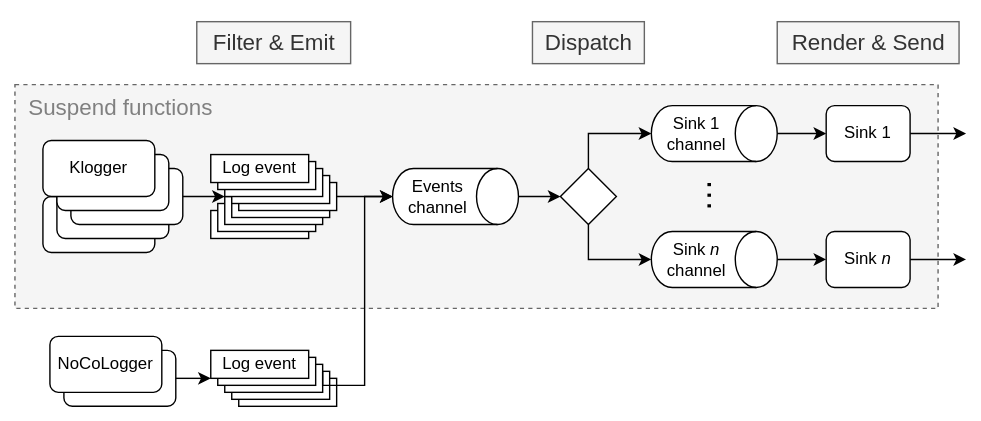
The draw.io diagram static/img/klogging-process.svg in klogging/klogging.io, before a commit. Source tidied: cells renumbered, new cells last; positions are measured from the earlier drawing's top-left corner, leaving out a move shared by most shapes.
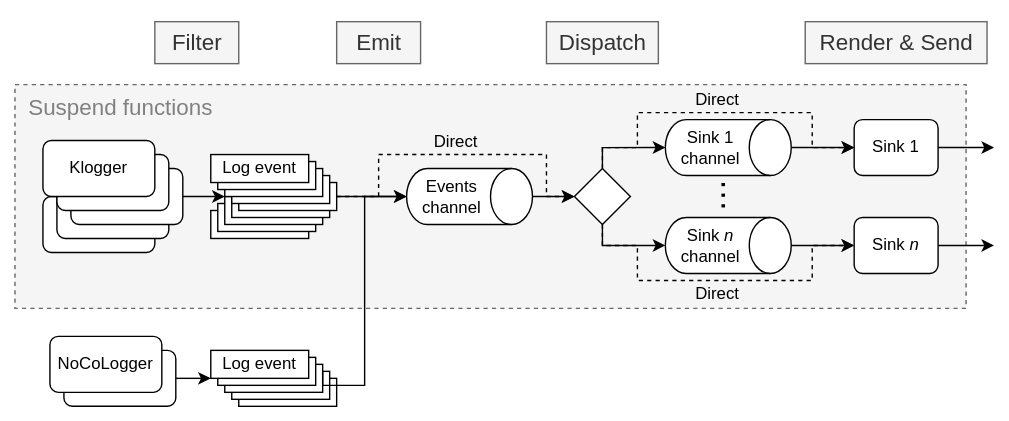
After the commit.

Commit message:
First documentation of direct logging

The edit, as a diff of the source:
```diff
@@ -3,37 +3,45 @@
     <mxCell id="0" />
     <mxCell id="1" parent="0" />
     <mxCell id="2" style="rounded=0;whiteSpace=wrap;html=1;fontSize=16;dashed=1;verticalAlign=top;align=left;spacingLeft=8;fontColor=#808080;fillColor=#FFFFFF;strokeColor=none;" parent="1" vertex="1">
-      <mxGeometry width="700" height="300" as="geometry" />
+      <mxGeometry width="720" height="300" as="geometry" />
     </mxCell>
     <mxCell id="3" value="Suspend functions" style="rounded=0;whiteSpace=wrap;html=1;fontSize=16;dashed=1;strokeColor=#666666;fillColor=#f5f5f5;verticalAlign=top;align=left;spacingLeft=8;fontColor=#808080;" parent="1" vertex="1">
-      <mxGeometry x="10" y="60" width="660" height="160" as="geometry" />
+      <mxGeometry x="10" y="60" width="680" height="160" as="geometry" />
     </mxCell>
     <mxCell id="4" style="edgeStyle=orthogonalEdgeStyle;rounded=0;jettySize=auto;html=1;entryX=0;entryY=0.5;entryDx=0;entryDy=0;fontSize=24;" parent="1" edge="1" source="5" target="12">
       <mxGeometry relative="1" as="geometry" />
     </mxCell>
     <mxCell id="5" value="Events channel" style="shape=cylinder3;whiteSpace=wrap;html=1;boundedLbl=1;backgroundOutline=1;size=15;rotation=90;horizontal=0;" parent="1" vertex="1">
-      <mxGeometry x="305" y="95" width="40" height="90" as="geometry" />
+      <mxGeometry x="315" y="95" width="40" height="90" as="geometry" />
     </mxCell>
     <mxCell id="6" style="rounded=0;jettySize=auto;html=1;exitX=0.5;exitY=0;exitDx=0;exitDy=0;exitPerimeter=0;entryX=0;entryY=0.5;entryDx=0;entryDy=0;fontSize=24;" parent="1" edge="1" source="7" target="37">
       <mxGeometry relative="1" as="geometry" />
     </mxCell>
     <mxCell id="7" value="Sink 1 channel" style="shape=cylinder3;whiteSpace=wrap;html=1;boundedLbl=1;backgroundOutline=1;size=15;rotation=90;horizontal=0;" parent="1" vertex="1">
-      <mxGeometry x="490" y="50" width="40" height="90" as="geometry" />
+      <mxGeometry x="500" y="60" width="40" height="90" as="geometry" />
     </mxCell>
     <mxCell id="8" style="rounded=0;jettySize=auto;html=1;exitX=0.5;exitY=0;exitDx=0;exitDy=0;exitPerimeter=0;entryX=0;entryY=0.5;entryDx=0;entryDy=0;fontSize=24;" parent="1" edge="1" source="9" target="39">
       <mxGeometry relative="1" as="geometry" />
     </mxCell>
     <mxCell id="9" value="Sink &lt;i&gt;n&lt;/i&gt; channel" style="shape=cylinder3;whiteSpace=wrap;html=1;boundedLbl=1;backgroundOutline=1;size=15;rotation=90;horizontal=0;" parent="1" vertex="1">
-      <mxGeometry x="490" y="140" width="40" height="90" as="geometry" />
+      <mxGeometry x="500" y="130" width="40" height="90" as="geometry" />
     </mxCell>
     <mxCell id="10" style="edgeStyle=orthogonalEdgeStyle;rounded=0;jettySize=auto;html=1;entryX=0.5;entryY=1;entryDx=0;entryDy=0;entryPerimeter=0;fontSize=24;exitX=0.5;exitY=0;exitDx=0;exitDy=0;" parent="1" edge="1" source="12" target="7">
-      <mxGeometry relative="1" as="geometry" />
+      <mxGeometry relative="1" as="geometry">
+        <Array as="points">
+          <mxPoint x="430" y="105" />
+        </Array>
+      </mxGeometry>
     </mxCell>
     <mxCell id="11" style="edgeStyle=orthogonalEdgeStyle;rounded=0;jettySize=auto;html=1;entryX=0.5;entryY=1;entryDx=0;entryDy=0;entryPerimeter=0;fontSize=24;exitX=0.5;exitY=1;exitDx=0;exitDy=0;" parent="1" edge="1" source="12" target="9">
-      <mxGeometry relative="1" as="geometry" />
+      <mxGeometry relative="1" as="geometry">
+        <Array as="points">
+          <mxPoint x="430" y="175" />
+        </Array>
+      </mxGeometry>
     </mxCell>
     <mxCell id="12" style="rhombus;whiteSpace=wrap;html=1;" parent="1" vertex="1">
-      <mxGeometry x="400" y="120" width="40" height="40" as="geometry" />
+      <mxGeometry x="410" y="120" width="40" height="40" as="geometry" />
     </mxCell>
     <mxCell id="13" style="group;" parent="1" vertex="1">
       <mxGeometry x="30" y="100" width="100" height="80" as="geometry" />
@@ -84,7 +92,7 @@
       <mxGeometry width="70" height="20" as="geometry" />
     </mxCell>
     <mxCell id="29" value="…" style="text;html=1;align=center;verticalAlign=middle;strokeColor=none;horizontal=0;fontSize=24;" parent="1" vertex="1">
-      <mxGeometry x="480" y="125" width="40" height="30" as="geometry" />
+      <mxGeometry x="490" y="125" width="40" height="30" as="geometry" />
     </mxCell>
     <mxCell id="30" style="group;" parent="1" vertex="1">
       <mxGeometry x="35" y="240" width="90" height="50" as="geometry" />
@@ -106,28 +114,28 @@
     </mxCell>
     <mxCell id="36" style="rounded=0;jettySize=auto;html=1;" parent="1" edge="1" source="37">
       <mxGeometry relative="1" as="geometry">
-        <mxPoint x="690" y="95" as="targetPoint" />
+        <mxPoint x="710" y="105" as="targetPoint" />
       </mxGeometry>
     </mxCell>
     <mxCell id="37" value="Sink 1" style="rounded=1;whiteSpace=wrap;html=1;" parent="1" vertex="1">
-      <mxGeometry x="590" y="75" width="60" height="40" as="geometry" />
+      <mxGeometry x="610" y="85" width="60" height="40" as="geometry" />
     </mxCell>
     <mxCell id="38" style="rounded=0;jettySize=auto;html=1;exitX=1;exitY=0.5;exitDx=0;exitDy=0;fontSize=24;" parent="1" edge="1" source="39">
       <mxGeometry relative="1" as="geometry">
-        <mxPoint x="690" y="185" as="targetPoint" />
+        <mxPoint x="710" y="175" as="targetPoint" />
       </mxGeometry>
     </mxCell>
     <mxCell id="39" value="Sink &lt;i&gt;n&lt;/i&gt;" style="rounded=1;whiteSpace=wrap;html=1;" parent="1" vertex="1">
-      <mxGeometry x="590" y="165" width="60" height="40" as="geometry" />
+      <mxGeometry x="610" y="155" width="60" height="40" as="geometry" />
     </mxCell>
-    <mxCell id="40" value="Filter &amp;amp; Emit" style="text;html=1;align=center;verticalAlign=middle;fontSize=16;fillColor=#f5f5f5;strokeColor=#666666;fontColor=#333333;spacing=3;" parent="1" vertex="1">
-      <mxGeometry x="140" y="15" width="110" height="30" as="geometry" />
+    <mxCell id="40" value="Filter" style="text;html=1;align=center;verticalAlign=middle;fontSize=16;fillColor=#f5f5f5;strokeColor=#666666;fontColor=#333333;spacing=3;" parent="1" vertex="1">
+      <mxGeometry x="110" y="15" width="60" height="30" as="geometry" />
     </mxCell>
     <mxCell id="41" value="Dispatch" style="text;html=1;align=center;verticalAlign=middle;strokeColor=#666666;fontSize=16;fillColor=#f5f5f5;fontColor=#333333;spacing=3;" parent="1" vertex="1">
-      <mxGeometry x="380" y="15" width="80" height="30" as="geometry" />
+      <mxGeometry x="390" y="15" width="80" height="30" as="geometry" />
     </mxCell>
     <mxCell id="42" value="Render &amp;amp; Send" style="text;html=1;align=center;verticalAlign=middle;strokeColor=#666666;fontSize=16;fillColor=#f5f5f5;fontColor=#333333;spacing=3;" parent="1" vertex="1">
-      <mxGeometry x="555" y="15" width="130" height="30" as="geometry" />
+      <mxGeometry x="575" y="15" width="130" height="30" as="geometry" />
     </mxCell>
     <mxCell id="43" style="group;" parent="1" vertex="1">
       <mxGeometry x="150" y="250" width="90" height="40" as="geometry" />
@@ -155,5 +163,43 @@
         </Array>
       </mxGeometry>
     </mxCell>
+    <mxCell id="50" value="Direct" style="edgeStyle=orthogonalEdgeStyle;rounded=0;jettySize=auto;html=1;entryX=0;entryY=0.5;entryDx=0;entryDy=0;fontSize=12;dashed=1;labelBackgroundColor=none;spacingBottom=19;" parent="1" edge="1" target="12">
+      <mxGeometry relative="1" as="geometry">
+        <mxPoint x="240" y="140" as="sourcePoint" />
+        <Array as="points">
+          <mxPoint x="270" y="140" />
+          <mxPoint x="270" y="110" />
+          <mxPoint x="390" y="110" />
+          <mxPoint x="390" y="140" />
+        </Array>
+      </mxGeometry>
+    </mxCell>
+    <mxCell id="51" value="Direct" style="edgeStyle=orthogonalEdgeStyle;rounded=0;jettySize=auto;html=1;entryX=0;entryY=0.5;entryDx=0;entryDy=0;fontSize=12;dashed=1;labelBackgroundColor=none;spacingBottom=-19;" parent="1" edge="1" target="39">
+      <mxGeometry relative="1" as="geometry">
+        <mxPoint x="430" y="160" as="sourcePoint" />
+        <Array as="points">
+          <mxPoint x="430" y="175" />
+          <mxPoint x="455" y="175" />
+          <mxPoint x="455" y="200" />
+          <mxPoint x="580" y="200" />
+          <mxPoint x="580" y="175" />
+        </Array>
+      </mxGeometry>
+    </mxCell>
+    <mxCell id="52" value="Direct" style="edgeStyle=orthogonalEdgeStyle;rounded=0;jettySize=auto;html=1;entryX=0;entryY=0.5;entryDx=0;entryDy=0;fontSize=12;dashed=1;labelBackgroundColor=none;spacingBottom=19;" parent="1" edge="1" target="37">
+      <mxGeometry relative="1" as="geometry">
+        <mxPoint x="430" y="120" as="sourcePoint" />
+        <Array as="points">
+          <mxPoint x="430" y="105" />
+          <mxPoint x="455" y="105" />
+          <mxPoint x="455" y="80" />
+          <mxPoint x="580" y="80" />
+          <mxPoint x="580" y="105" />
+        </Array>
+      </mxGeometry>
+    </mxCell>
+    <mxCell id="53" value="Emit" style="text;html=1;align=center;verticalAlign=middle;fontSize=16;fillColor=#f5f5f5;strokeColor=#666666;fontColor=#333333;spacing=3;" parent="1" vertex="1">
+      <mxGeometry x="240" y="15" width="60" height="30" as="geometry" />
+    </mxCell>
   </root>
 </mxGraphModel>
```
